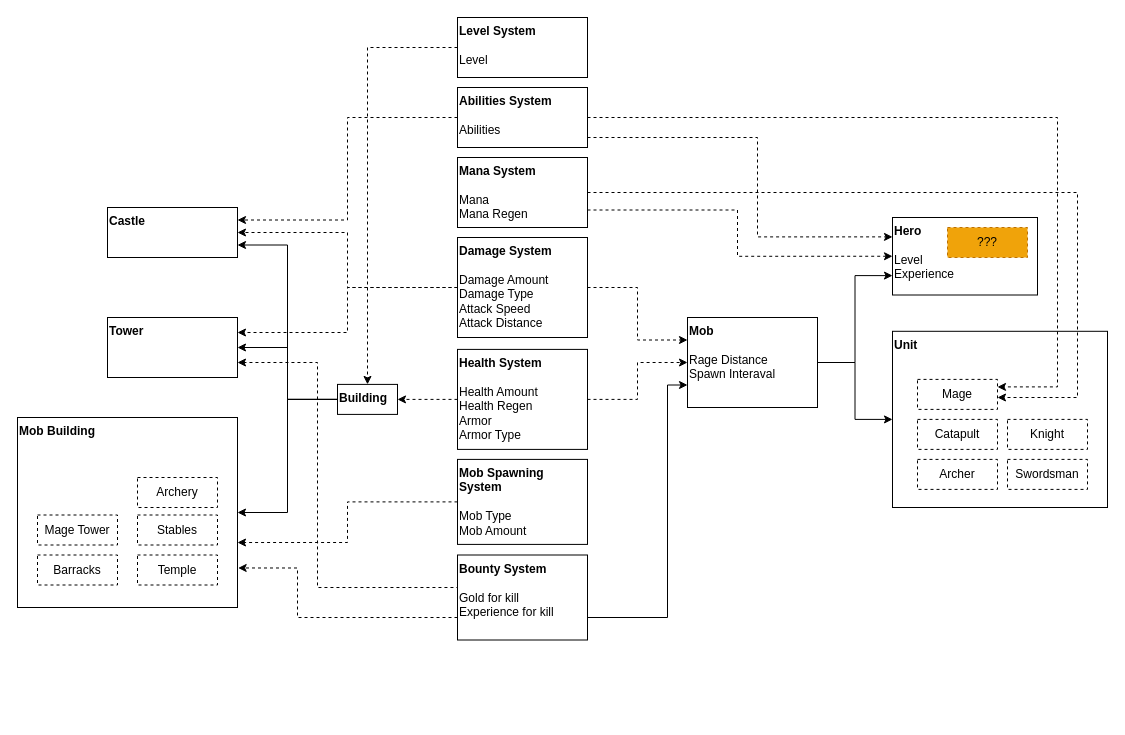
Above: Диаграмма без названия.drawio in aandrieiev1998/castle_fight_mobile (draw.io), before the change. Source tidied: cells renumbered, new cells numbered last; positions are measured from the earlier drawing's top-left corner, leaving out a move shared by most shapes. Both pictures are drawn from the tidied source at 100%, with x=0, y=0 at pixel (17, 17).
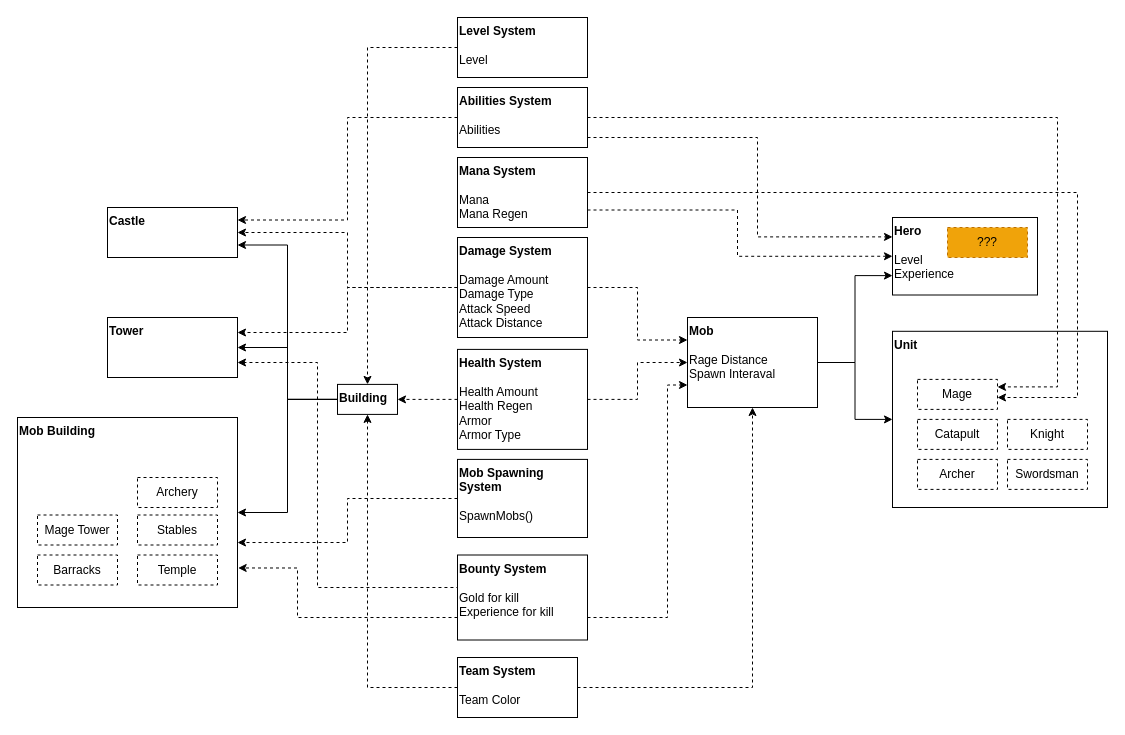
The same page after the edit.

The change refers to these unchanged cells:
```xml
<mxCell id="14" value="&lt;b&gt;Building&lt;br&gt;&lt;/b&gt;&lt;br&gt;" style="rounded=0;whiteSpace=wrap;html=1;align=left;verticalAlign=top;" parent="1" vertex="1">
  <mxGeometry x="320" y="366.9" width="60" height="30" as="geometry" />
</mxCell>
<mxCell id="17" value="&lt;b&gt;Mob&lt;br&gt;&lt;/b&gt;&lt;br&gt;Rage Distance&lt;br&gt;Spawn Interaval&lt;br&gt;" style="rounded=0;whiteSpace=wrap;html=1;align=left;verticalAlign=top;" parent="1" vertex="1">
  <mxGeometry x="670" y="300" width="130" height="90" as="geometry" />
</mxCell>
<mxCell id="44" value="&lt;b&gt;Bounty System&lt;br&gt;&lt;/b&gt;&lt;br&gt;Gold for kill&lt;br&gt;Experience for kill" style="rounded=0;whiteSpace=wrap;html=1;align=left;verticalAlign=top;" parent="1" vertex="1">
  <mxGeometry x="440" y="537.5" width="130" height="85" as="geometry" />
</mxCell>
```

The edit, as a diff of the source:
```diff
@@
-    <mxCell id="39" value="&lt;b&gt;Mob Spawning System&lt;br&gt;&lt;/b&gt;&lt;br&gt;Mob Type&lt;br&gt;Mob Amount" style="rounded=0;whiteSpace=wrap;html=1;align=left;verticalAlign=top;" parent="1" vertex="1">
-      <mxGeometry x="440" y="441.9" width="130" height="85" as="geometry" />
+    <mxCell id="39" value="&lt;b&gt;Mob Spawning System&lt;br&gt;&lt;/b&gt;&lt;br&gt;SpawnMobs()" style="rounded=0;whiteSpace=wrap;html=1;align=left;verticalAlign=top;" parent="1" vertex="1">
+      <mxGeometry x="440" y="441.9" width="130" height="78.1" as="geometry" />
     </mxCell>
@@
-    <mxCell id="43" style="edgeStyle=orthogonalEdgeStyle;rounded=0;jettySize=auto;html=1;entryX=0;entryY=0.75;entryDx=0;entryDy=0;" parent="1" edge="1" source="44" target="17">
+    <mxCell id="43" style="edgeStyle=orthogonalEdgeStyle;rounded=0;jettySize=auto;html=1;entryX=0;entryY=0.75;entryDx=0;entryDy=0;dashed=1;" parent="1" edge="1" source="44" target="17">
       <mxGeometry relative="1" as="geometry">
         <Array as="points">
           <mxPoint x="650" y="600" />
           <mxPoint x="650" y="367" />
         </Array>
       </mxGeometry>
     </mxCell>
@@
+    <mxCell id="47" style="edgeStyle=orthogonalEdgeStyle;rounded=0;jettySize=auto;html=1;entryX=0.5;entryY=1;entryDx=0;entryDy=0;dashed=1;" parent="1" edge="1" source="49" target="14">
+      <mxGeometry relative="1" as="geometry" />
+    </mxCell>
+    <mxCell id="48" style="edgeStyle=orthogonalEdgeStyle;rounded=0;jettySize=auto;html=1;dashed=1;" parent="1" edge="1" source="49" target="17">
+      <mxGeometry relative="1" as="geometry" />
+    </mxCell>
+    <mxCell id="49" value="&lt;b&gt;Team System&lt;/b&gt;&lt;br&gt;&lt;br&gt;Team Color" style="whiteSpace=wrap;html=1;align=left;verticalAlign=top;" parent="1" vertex="1">
+      <mxGeometry x="440" y="640" width="120" height="60" as="geometry" />
+    </mxCell>
```
